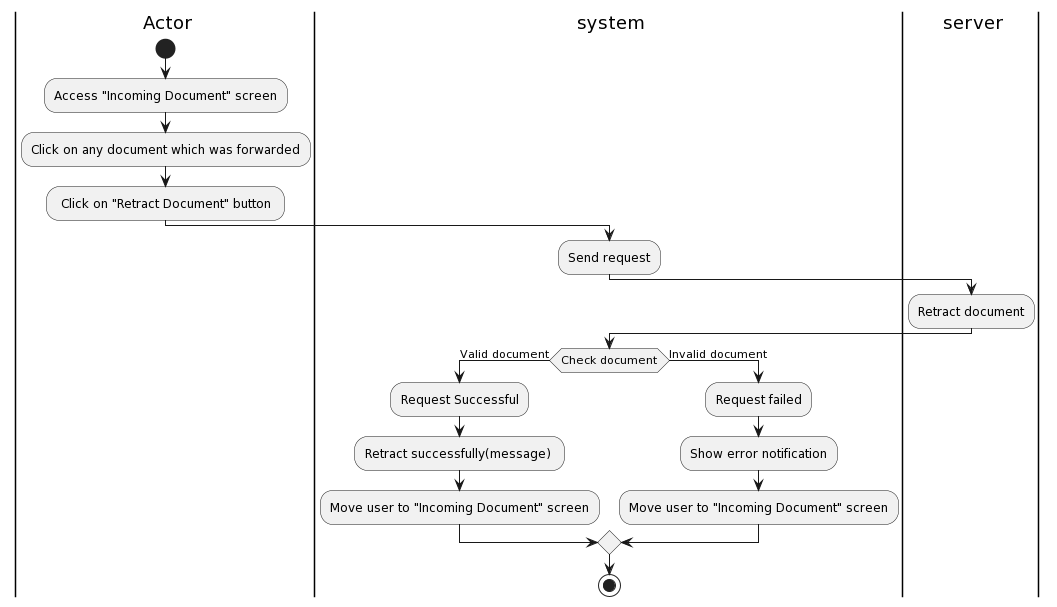
khoapham1003/SE357-Pratice-class keeps this PlantUML diagram as Lab1/Lab1.2/Activity Diagram/IncomingDocument/RetractIncomingDocument/RetractIncomingDocument.png. Above is the earlier version.
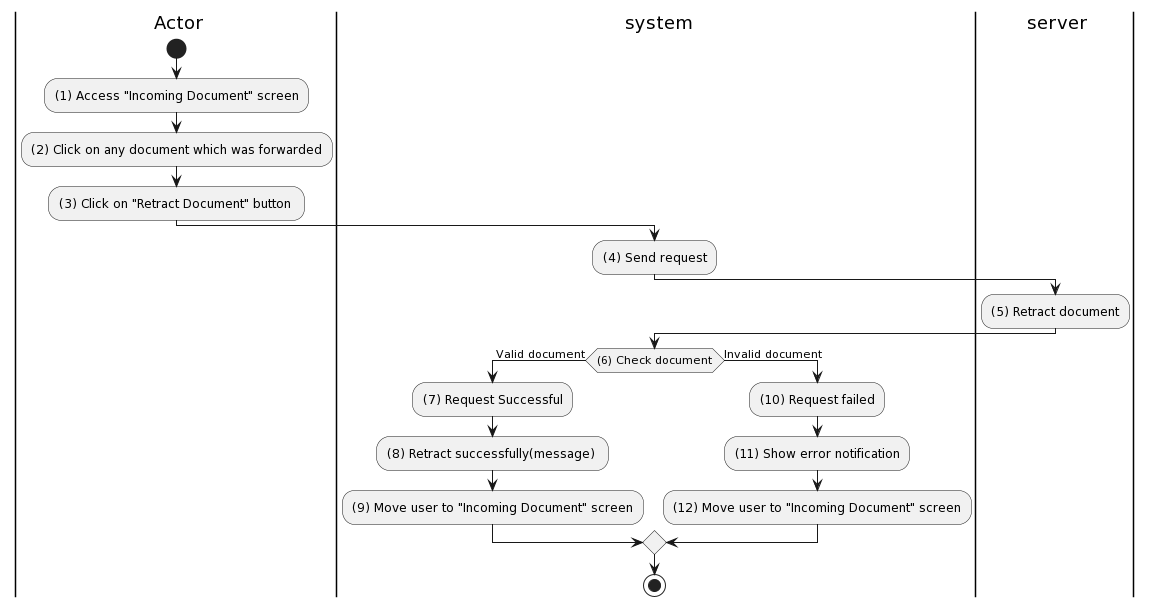
The same diagram one commit later.

The edit, as a diff of the source:
```diff
@@ -4,22 +4,22 @@
 |ser| server
 |a|
 start
-:Access "Incoming Document" screen;
-:Click on any document which was forwarded;
-: Click on "Retract Document" button ;
+:(1) Access "Incoming Document" screen;
+:(2) Click on any document which was forwarded;
+:(3) Click on "Retract Document" button ;
 |sys|
-:Send request;
+:(4) Send request;
 |ser|
-:Retract document;
+:(5) Retract document;
 |sys|
-if (Check document) then (Valid document)
-:Request Successful;
-:Retract successfully(message) ;
-:Move user to "Incoming Document" screen;
+if ((6) Check document) then (Valid document)
+:(7) Request Successful;
+:(8) Retract successfully(message) ;
+:(9) Move user to "Incoming Document" screen;
 else (Invalid document)
-:Request failed;
-:Show error notification;
-:Move user to "Incoming Document" screen;
+:(10) Request failed;
+:(11) Show error notification;
+:(12) Move user to "Incoming Document" screen;
 endif
 
 
```
